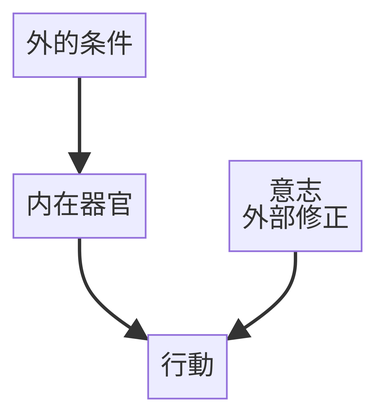
human-attunement/system keeps this Mermaid diagram as assets/organ_will_placement/adjustment.png. Above is the earlier version. Its source is kept beside it as assets/organ_will_placement/adjustment.mmd.
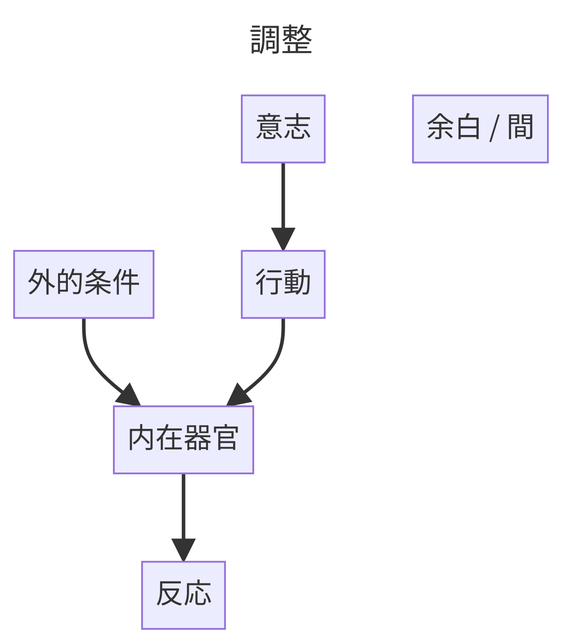
Above is the later version.

Diff of the diagram source:
```diff
@@ -1,9 +1,10 @@
-flowchart TB
-    E[外的条件]
-    O[内在器官]
-    A[行動]
-    W["意志
-    外部修正"]
-
-    E --> O --> A
-    W --> A
+---
+title: 調整の位置関係
+description: 意志が行動側に介入する。
+---
+flowchart TD
+    E[外的条件] --> O[内在器官]
+    O --> R[反応]
+    W[意志] --> A[行動]
+    A --> O
+    M[余白 / 間]
```
